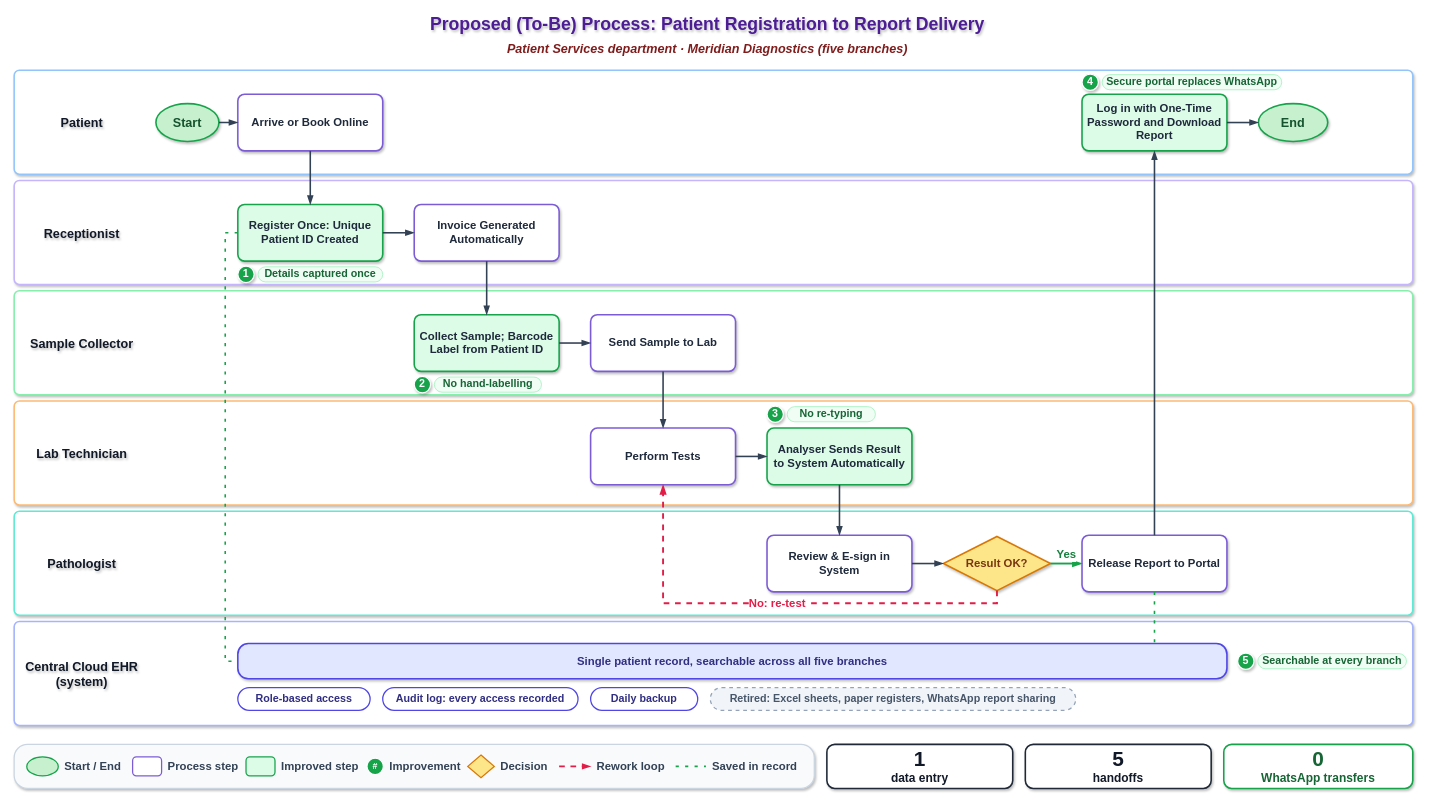
Moparapairayat/Meridian-Diagnostics keeps this draw.io diagram as 2.2 - Process Map/2.4- Proposed (To-Be) swimlane process map.drawio. Above is the earlier version. Source tidied: cells renumbered, new cells numbered last; positions are measured from the earlier drawing's top-left corner, leaving out a move shared by most shapes. Both pictures are drawn from the tidied source at 63%, with x=0, y=0 at pixel (14, 11).
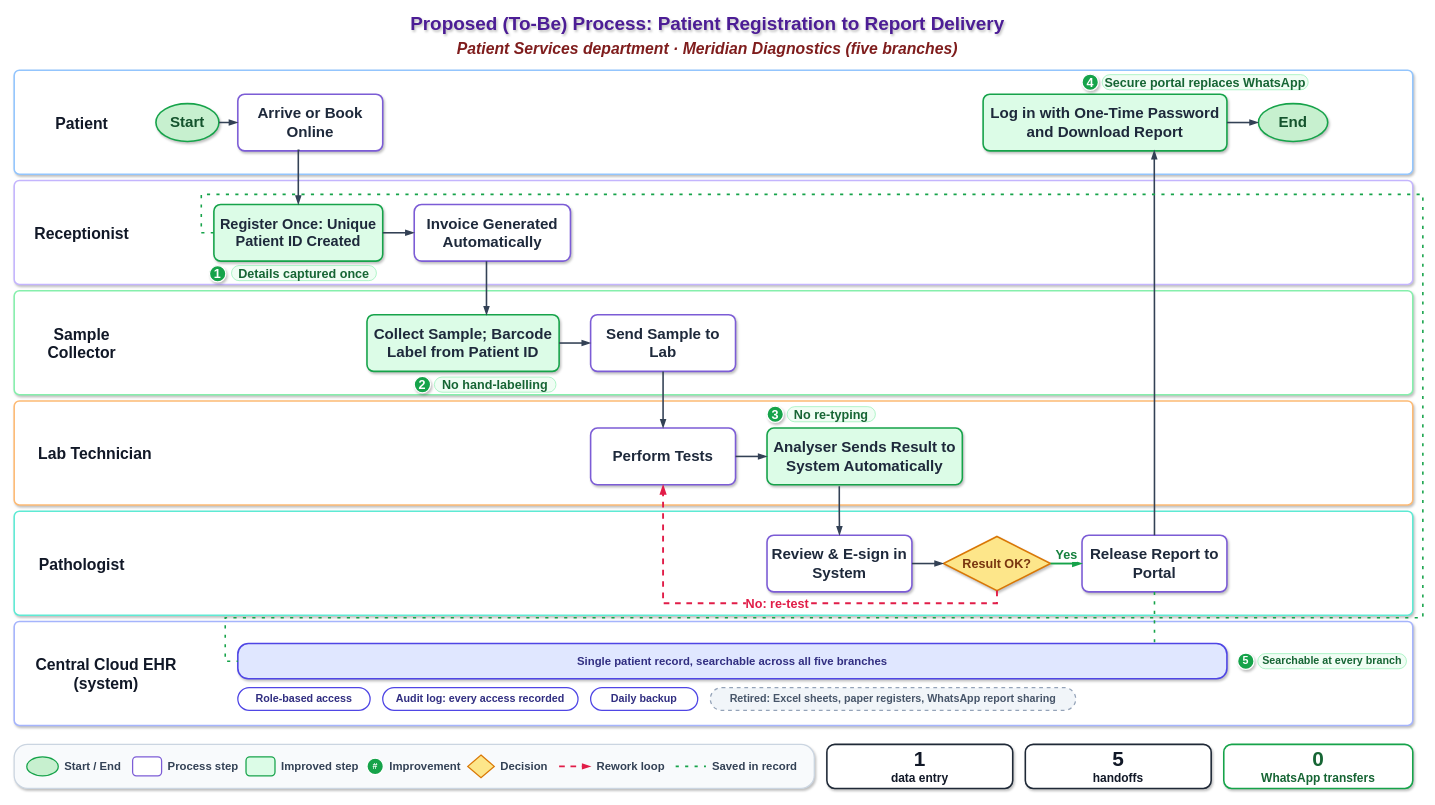
The same diagram, later.

Unchanged cells that the change refers to:
```xml
<mxCell id="29" value="Single patient record, searchable across all five branches" style="rounded=1;arcSize=30;whiteSpace=wrap;html=1;fillColor=#E0E7FF;strokeColor=#4F46E5;strokeWidth=2.5;fontStyle=1;fontSize=18;fontColor=#312E81;shadow=1;" parent="1" vertex="1">
  <mxGeometry x="355" y="1004" width="1570" height="56" as="geometry" />
</mxCell>
```

What changed in the source:
```diff
@@
-    <mxCell id="2" value="Proposed (To-Be) Process: Patient Registration to Report Delivery" style="text;html=1;align=center;verticalAlign=middle;fontSize=28;fontStyle=1;fontColor=#4C1D95;textShadow=1;" parent="1" vertex="1">
+    <mxCell id="2" value="Proposed (To-Be) Process: Patient Registration to Report Delivery" style="text;html=1;align=center;verticalAlign=middle;fontSize=30;fontStyle=1;fontColor=#4C1D95;textShadow=1;" parent="1" vertex="1">
       <mxGeometry x="300" width="1600" height="40" as="geometry" />
     </mxCell>
-    <mxCell id="3" value="Patient Services department  ·  Meridian Diagnostics (five branches)" style="text;html=1;align=center;verticalAlign=middle;fontSize=20;fontStyle=3;fontColor=#7F1D1D;" parent="1" vertex="1">
+    <mxCell id="3" value="Patient Services department  ·  Meridian Diagnostics (five branches)" style="text;html=1;align=center;verticalAlign=middle;fontSize=25;fontStyle=3;fontColor=#7F1D1D;" parent="1" vertex="1">
       <mxGeometry x="300" y="44" width="1600" height="30" as="geometry" />
     </mxCell>
@@
-    <mxCell id="10" value="Patient" style="text;html=1;align=center;verticalAlign=middle;fontSize=20;fontStyle=1;fontColor=#111827;textShadow=1;whiteSpace=wrap;" parent="1" vertex="1">
+    <mxCell id="10" value="Patient" style="text;html=1;align=center;verticalAlign=middle;fontSize=25;fontStyle=1;fontColor=#111827;textShadow=0;whiteSpace=wrap;" parent="1" vertex="1">
       <mxGeometry x="5" y="94" width="205" height="165" as="geometry" />
     </mxCell>
-    <mxCell id="11" value="Receptionist" style="text;html=1;align=center;verticalAlign=middle;fontSize=20;fontStyle=1;fontColor=#111827;textShadow=1;whiteSpace=wrap;" parent="1" vertex="1">
+    <mxCell id="11" value="Receptionist" style="text;html=1;align=center;verticalAlign=middle;fontSize=25;fontStyle=1;fontColor=#111827;textShadow=0;whiteSpace=wrap;" parent="1" vertex="1">
       <mxGeometry x="5" y="269" width="205" height="165" as="geometry" />
     </mxCell>
-    <mxCell id="12" value="Sample Collector" style="text;html=1;align=center;verticalAlign=middle;fontSize=20;fontStyle=1;fontColor=#111827;textShadow=1;whiteSpace=wrap;" parent="1" vertex="1">
+    <mxCell id="12" value="Sample Collector" style="text;html=1;align=center;verticalAlign=middle;fontSize=25;fontStyle=1;fontColor=#111827;textShadow=0;whiteSpace=wrap;" parent="1" vertex="1">
       <mxGeometry x="5" y="444" width="205" height="165" as="geometry" />
     </mxCell>
-    <mxCell id="13" value="Lab Technician" style="text;html=1;align=center;verticalAlign=middle;fontSize=20;fontStyle=1;fontColor=#111827;textShadow=1;whiteSpace=wrap;" parent="1" vertex="1">
-      <mxGeometry x="5" y="619" width="205" height="165" as="geometry" />
+    <mxCell id="13" value="Lab Technician" style="text;html=1;align=center;verticalAlign=middle;fontSize=25;fontStyle=1;fontColor=#111827;textShadow=0;whiteSpace=wrap;" parent="1" vertex="1">
+      <mxGeometry x="25.5" y="619" width="205" height="165" as="geometry" />
     </mxCell>
-    <mxCell id="14" value="Pathologist" style="text;html=1;align=center;verticalAlign=middle;fontSize=20;fontStyle=1;fontColor=#111827;textShadow=1;whiteSpace=wrap;" parent="1" vertex="1">
+    <mxCell id="14" value="Pathologist" style="text;html=1;align=center;verticalAlign=middle;fontSize=25;fontStyle=1;fontColor=#111827;textShadow=0;whiteSpace=wrap;" parent="1" vertex="1">
       <mxGeometry x="5" y="794" width="205" height="165" as="geometry" />
     </mxCell>
-    <mxCell id="15" value="Central Cloud EHR&lt;br&gt;(system)" style="text;html=1;align=center;verticalAlign=middle;fontSize=20;fontStyle=1;fontColor=#111827;textShadow=1;whiteSpace=wrap;" parent="1" vertex="1">
-      <mxGeometry x="5" y="969" width="205" height="165" as="geometry" />
+    <mxCell id="15" value="Central Cloud EHR&lt;br&gt;(system)" style="text;html=1;align=center;verticalAlign=middle;fontSize=25;fontStyle=1;fontColor=#111827;textShadow=0;whiteSpace=wrap;" parent="1" vertex="1">
+      <mxGeometry x="5" y="969" width="282" height="165" as="geometry" />
     </mxCell>
-    <mxCell id="16" value="Start" style="ellipse;whiteSpace=wrap;html=1;fillColor=#C7F0CF;strokeColor=#16A34A;strokeWidth=2.5;fontStyle=1;fontSize=20;fontColor=#14532D;shadow=1;" parent="1" vertex="1">
+    <mxCell id="16" value="Start" style="ellipse;whiteSpace=wrap;html=1;fillColor=#C7F0CF;strokeColor=#16A34A;strokeWidth=2.5;fontStyle=1;fontSize=24;fontColor=#14532D;shadow=1;" parent="1" vertex="1">
       <mxGeometry x="225" y="147" width="100" height="60" as="geometry" />
     </mxCell>
-    <mxCell id="17" value="Arrive or Book Online" style="rounded=1;arcSize=12;whiteSpace=wrap;html=1;fillColor=#FFFFFF;strokeColor=#7C5CD6;strokeWidth=2.5;fontStyle=1;fontSize=18;fontColor=#1E293B;shadow=1;spacing=8;" parent="1" vertex="1">
+    <mxCell id="17" value="Arrive or Book Online" style="rounded=1;arcSize=12;whiteSpace=wrap;html=1;fillColor=#FFFFFF;strokeColor=#7C5CD6;strokeWidth=2.5;fontStyle=1;fontSize=24;fontColor=#1E293B;shadow=1;spacing=8;" parent="1" vertex="1">
       <mxGeometry x="355" y="132" width="230" height="90" as="geometry" />
     </mxCell>
-    <mxCell id="18" value="Log in with One-Time Password and Download Report" style="rounded=1;arcSize=12;whiteSpace=wrap;html=1;fillColor=#DCFCE7;strokeColor=#16A34A;strokeWidth=2.5;fontStyle=1;fontSize=18;fontColor=#1E293B;shadow=1;spacing=8;" parent="1" vertex="1">
-      <mxGeometry x="1695" y="132" width="230" height="90" as="geometry" />
+    <mxCell id="18" value="Log in with One-Time Password and Download Report" style="rounded=1;arcSize=12;whiteSpace=wrap;html=1;fillColor=#DCFCE7;strokeColor=#16A34A;strokeWidth=2.5;fontStyle=1;fontSize=24;fontColor=#1E293B;shadow=1;spacing=8;" parent="1" vertex="1">
+      <mxGeometry x="1538" y="132" width="387" height="90" as="geometry" />
     </mxCell>
-    <mxCell id="19" value="End" style="ellipse;whiteSpace=wrap;html=1;fillColor=#C7F0CF;strokeColor=#16A34A;strokeWidth=2.5;fontStyle=1;fontSize=20;fontColor=#14532D;shadow=1;" parent="1" vertex="1">
+    <mxCell id="19" value="End" style="ellipse;whiteSpace=wrap;html=1;fillColor=#C7F0CF;strokeColor=#16A34A;strokeWidth=2.5;fontStyle=1;fontSize=24;fontColor=#14532D;shadow=1;" parent="1" vertex="1">
       <mxGeometry x="1975" y="147" width="110" height="60" as="geometry" />
     </mxCell>
-    <mxCell id="20" value="Register Once: Unique Patient ID Created" style="rounded=1;arcSize=12;whiteSpace=wrap;html=1;fillColor=#DCFCE7;strokeColor=#16A34A;strokeWidth=2.5;fontStyle=1;fontSize=18;fontColor=#1E293B;shadow=1;spacing=8;" parent="1" vertex="1">
-      <mxGeometry x="355" y="307" width="230" height="90" as="geometry" />
+    <mxCell id="20" value="Register Once: Unique Patient ID Created" style="rounded=1;arcSize=12;whiteSpace=wrap;html=1;fillColor=#DCFCE7;strokeColor=#16A34A;strokeWidth=2.5;fontStyle=1;fontSize=23;fontColor=#1E293B;shadow=1;spacing=8;" parent="1" vertex="1">
+      <mxGeometry x="317" y="307" width="268" height="90" as="geometry" />
     </mxCell>
-    <mxCell id="21" value="Invoice Generated Automatically" style="rounded=1;arcSize=12;whiteSpace=wrap;html=1;fillColor=#FFFFFF;strokeColor=#7C5CD6;strokeWidth=2.5;fontStyle=1;fontSize=18;fontColor=#1E293B;shadow=1;spacing=8;" parent="1" vertex="1">
-      <mxGeometry x="635" y="307" width="230" height="90" as="geometry" />
+    <mxCell id="21" value="Invoice Generated Automatically" style="rounded=1;arcSize=13;whiteSpace=wrap;html=1;fillColor=#FFFFFF;strokeColor=#7C5CD6;strokeWidth=2.5;fontStyle=1;fontSize=24;fontColor=#1E293B;shadow=1;spacing=8;" parent="1" vertex="1">
+      <mxGeometry x="635" y="307" width="248" height="90" as="geometry" />
     </mxCell>
-    <mxCell id="22" value="Collect Sample; Barcode Label from Patient ID" style="rounded=1;arcSize=12;whiteSpace=wrap;html=1;fillColor=#DCFCE7;strokeColor=#16A34A;strokeWidth=2.5;fontStyle=1;fontSize=18;fontColor=#1E293B;shadow=1;spacing=8;" parent="1" vertex="1">
-      <mxGeometry x="635" y="482" width="230" height="90" as="geometry" />
+    <mxCell id="22" value="Collect Sample; Barcode Label from Patient ID" style="rounded=1;arcSize=12;whiteSpace=wrap;html=1;fillColor=#DCFCE7;strokeColor=#16A34A;strokeWidth=2.5;fontStyle=1;fontSize=24;fontColor=#1E293B;shadow=1;spacing=8;" parent="1" vertex="1">
+      <mxGeometry x="560" y="482" width="305" height="90" as="geometry" />
     </mxCell>
-    <mxCell id="23" value="Send Sample to Lab" style="rounded=1;arcSize=12;whiteSpace=wrap;html=1;fillColor=#FFFFFF;strokeColor=#7C5CD6;strokeWidth=2.5;fontStyle=1;fontSize=18;fontColor=#1E293B;shadow=1;spacing=8;" parent="1" vertex="1">
+    <mxCell id="23" value="Send Sample to Lab" style="rounded=1;arcSize=12;whiteSpace=wrap;html=1;fillColor=#FFFFFF;strokeColor=#7C5CD6;strokeWidth=2.5;fontStyle=1;fontSize=24;fontColor=#1E293B;shadow=1;spacing=8;textShadow=0;labelBorderColor=none;" parent="1" vertex="1">
       <mxGeometry x="915" y="482" width="230" height="90" as="geometry" />
     </mxCell>
-    <mxCell id="24" value="Perform Tests" style="rounded=1;arcSize=12;whiteSpace=wrap;html=1;fillColor=#FFFFFF;strokeColor=#7C5CD6;strokeWidth=2.5;fontStyle=1;fontSize=18;fontColor=#1E293B;shadow=1;spacing=8;" parent="1" vertex="1">
+    <mxCell id="24" value="Perform Tests" style="rounded=1;arcSize=12;whiteSpace=wrap;html=1;fillColor=#FFFFFF;strokeColor=#7C5CD6;strokeWidth=2.5;fontStyle=1;fontSize=24;fontColor=#1E293B;shadow=1;spacing=8;" parent="1" vertex="1">
       <mxGeometry x="915" y="662" width="230" height="90" as="geometry" />
     </mxCell>
-    <mxCell id="25" value="Analyser Sends Result to System Automatically" style="rounded=1;arcSize=12;whiteSpace=wrap;html=1;fillColor=#DCFCE7;strokeColor=#16A34A;strokeWidth=2.5;fontStyle=1;fontSize=18;fontColor=#1E293B;shadow=1;spacing=8;" parent="1" vertex="1">
-      <mxGeometry x="1195" y="662" width="230" height="90" as="geometry" />
+    <mxCell id="25" value="Analyser Sends Result to System Automatically" style="rounded=1;arcSize=12;whiteSpace=wrap;html=1;fillColor=#DCFCE7;strokeColor=#16A34A;strokeWidth=2.5;fontStyle=1;fontSize=24;fontColor=#1E293B;shadow=1;spacing=8;" parent="1" vertex="1">
+      <mxGeometry x="1195" y="662" width="310" height="90" as="geometry" />
     </mxCell>
-    <mxCell id="26" value="Review &amp; E-sign in System" style="rounded=1;arcSize=12;whiteSpace=wrap;html=1;fillColor=#FFFFFF;strokeColor=#7C5CD6;strokeWidth=2.5;fontStyle=1;fontSize=18;fontColor=#1E293B;shadow=1;spacing=8;" parent="1" vertex="1">
+    <mxCell id="26" value="Review &amp;amp; E-sign in System" style="rounded=1;arcSize=12;whiteSpace=wrap;html=1;fillColor=#FFFFFF;strokeColor=#7C5CD6;strokeWidth=2.5;fontStyle=1;fontSize=24;fontColor=#1E293B;shadow=1;spacing=8;" parent="1" vertex="1">
       <mxGeometry x="1195" y="832" width="230" height="90" as="geometry" />
     </mxCell>
-    <mxCell id="27" value="Result OK?" style="rhombus;whiteSpace=wrap;html=1;fillColor=#FDE68A;strokeColor=#D97706;strokeWidth=2.5;fontStyle=1;fontSize=18;fontColor=#78350F;shadow=1;" parent="1" vertex="1">
+    <mxCell id="27" value="Result OK?" style="rhombus;whiteSpace=wrap;html=1;fillColor=#FDE68A;strokeColor=#D97706;strokeWidth=2.5;fontStyle=1;fontSize=20;fontColor=#78350F;shadow=1;" parent="1" vertex="1">
       <mxGeometry x="1475" y="834" width="170" height="86" as="geometry" />
     </mxCell>
-    <mxCell id="28" value="Release Report to Portal" style="rounded=1;arcSize=12;whiteSpace=wrap;html=1;fillColor=#FFFFFF;strokeColor=#7C5CD6;strokeWidth=2.5;fontStyle=1;fontSize=18;fontColor=#1E293B;shadow=1;spacing=8;" parent="1" vertex="1">
+    <mxCell id="28" value="Release Report to Portal" style="rounded=1;arcSize=12;whiteSpace=wrap;html=1;fillColor=#FFFFFF;strokeColor=#7C5CD6;strokeWidth=2.5;fontStyle=1;fontSize=24;fontColor=#1E293B;shadow=1;spacing=8;" parent="1" vertex="1">
       <mxGeometry x="1695" y="832" width="230" height="90" as="geometry" />
     </mxCell>
@@
-    <mxCell id="34" value="1" style="ellipse;whiteSpace=wrap;html=1;fillColor=#16A34A;strokeColor=#FFFFFF;strokeWidth=2;fontColor=#FFFFFF;fontStyle=1;fontSize=17;shadow=1;" parent="1" vertex="1">
-      <mxGeometry x="355" y="405" width="26" height="26" as="geometry" />
+    <mxCell id="34" value="1" style="ellipse;whiteSpace=wrap;html=1;fillColor=#16A34A;strokeColor=#FFFFFF;strokeWidth=2;fontColor=#FFFFFF;fontStyle=1;fontSize=20;shadow=1;" parent="1" vertex="1">
+      <mxGeometry x="310" y="404" width="26" height="26" as="geometry" />
     </mxCell>
-    <mxCell id="35" value="Details captured once" style="rounded=1;arcSize=50;whiteSpace=wrap;html=1;fillColor=#F0FDF4;strokeColor=#86EFAC;fontColor=#166534;fontStyle=1;fontSize=17;" parent="1" vertex="1">
-      <mxGeometry x="387" y="406" width="198" height="24" as="geometry" />
+    <mxCell id="35" value="Details captured once" style="rounded=1;arcSize=50;whiteSpace=wrap;html=1;fillColor=#F0FDF4;strokeColor=#86EFAC;fontColor=#166534;fontStyle=1;fontSize=20;" parent="1" vertex="1">
+      <mxGeometry x="345" y="404" width="230" height="24" as="geometry" />
     </mxCell>
-    <mxCell id="36" value="2" style="ellipse;whiteSpace=wrap;html=1;fillColor=#16A34A;strokeColor=#FFFFFF;strokeWidth=2;fontColor=#FFFFFF;fontStyle=1;fontSize=17;shadow=1;" parent="1" vertex="1">
+    <mxCell id="36" value="2" style="ellipse;whiteSpace=wrap;html=1;fillColor=#16A34A;strokeColor=#FFFFFF;strokeWidth=2;fontColor=#FFFFFF;fontStyle=1;fontSize=20;shadow=1;" parent="1" vertex="1">
       <mxGeometry x="635" y="580" width="26" height="26" as="geometry" />
     </mxCell>
-    <mxCell id="37" value="No hand-labelling" style="rounded=1;arcSize=50;whiteSpace=wrap;html=1;fillColor=#F0FDF4;strokeColor=#86EFAC;fontColor=#166534;fontStyle=1;fontSize=17;" parent="1" vertex="1">
-      <mxGeometry x="667" y="581" width="170" height="24" as="geometry" />
+    <mxCell id="37" value="No hand-labelling" style="rounded=1;arcSize=50;whiteSpace=wrap;html=1;fillColor=#F0FDF4;strokeColor=#86EFAC;fontColor=#166534;fontStyle=1;fontSize=20;" parent="1" vertex="1">
+      <mxGeometry x="667" y="581" width="193" height="24" as="geometry" />
     </mxCell>
-    <mxCell id="38" value="3" style="ellipse;whiteSpace=wrap;html=1;fillColor=#16A34A;strokeColor=#FFFFFF;strokeWidth=2;fontColor=#FFFFFF;fontStyle=1;fontSize=17;shadow=1;" parent="1" vertex="1">
+    <mxCell id="38" value="3" style="ellipse;whiteSpace=wrap;html=1;fillColor=#16A34A;strokeColor=#FFFFFF;strokeWidth=2;fontColor=#FFFFFF;fontStyle=1;fontSize=20;shadow=1;" parent="1" vertex="1">
       <mxGeometry x="1195" y="627" width="26" height="26" as="geometry" />
     </mxCell>
-    <mxCell id="39" value="No re-typing" style="rounded=1;arcSize=50;whiteSpace=wrap;html=1;fillColor=#F0FDF4;strokeColor=#86EFAC;fontColor=#166534;fontStyle=1;fontSize=17;" parent="1" vertex="1">
+    <mxCell id="39" value="No re-typing" style="rounded=1;arcSize=50;whiteSpace=wrap;html=1;fillColor=#F0FDF4;strokeColor=#86EFAC;fontColor=#166534;fontStyle=1;fontSize=20;" parent="1" vertex="1">
       <mxGeometry x="1227" y="628" width="140" height="24" as="geometry" />
     </mxCell>
-    <mxCell id="40" value="4" style="ellipse;whiteSpace=wrap;html=1;fillColor=#16A34A;strokeColor=#FFFFFF;strokeWidth=2;fontColor=#FFFFFF;fontStyle=1;fontSize=17;shadow=1;" parent="1" vertex="1">
+    <mxCell id="40" value="4" style="ellipse;whiteSpace=wrap;html=1;fillColor=#16A34A;strokeColor=#FFFFFF;strokeWidth=2;fontColor=#FFFFFF;fontStyle=1;fontSize=20;shadow=1;" parent="1" vertex="1">
       <mxGeometry x="1695" y="100" width="26" height="26" as="geometry" />
     </mxCell>
-    <mxCell id="41" value="Secure portal replaces WhatsApp" style="rounded=1;arcSize=50;whiteSpace=wrap;html=1;fillColor=#F0FDF4;strokeColor=#86EFAC;fontColor=#166534;fontStyle=1;fontSize=17;" parent="1" vertex="1">
-      <mxGeometry x="1727" y="101" width="285" height="24" as="geometry" />
+    <mxCell id="41" value="Secure portal replaces WhatsApp" style="rounded=1;arcSize=50;whiteSpace=wrap;html=1;fillColor=#F0FDF4;strokeColor=#86EFAC;fontColor=#166534;fontStyle=1;fontSize=20;" parent="1" vertex="1">
+      <mxGeometry x="1727" y="101" width="327" height="24" as="geometry" />
     </mxCell>
@@
-    <mxCell id="45" style="edgeStyle=orthogonalEdgeStyle;rounded=0;html=1;strokeWidth=2.5;strokeColor=#334155;endArrow=blockThin;endFill=1;endSize=8;exitX=0.5;exitY=1;entryX=0.5;entryY=0;labelBackgroundColor=default;defaultLabelBackgroundColor=page;libavoidRouting=1;jettySize=auto;" parent="1" edge="1" source="17" target="20">
-      <mxGeometry relative="1" as="geometry" />
+    <mxCell id="45" style="edgeStyle=orthogonalEdgeStyle;rounded=0;html=1;strokeWidth=2.5;strokeColor=#334155;endArrow=blockThin;endFill=1;endSize=8;exitX=0.426;exitY=0.989;entryX=0.5;entryY=0;labelBackgroundColor=default;defaultLabelBackgroundColor=page;jettySize=auto;exitDx=0;exitDy=0;exitPerimeter=0;textShadow=1;" parent="1" edge="1" source="17" target="20">
+      <mxGeometry x="-0.04" relative="1" as="geometry">
+        <Array as="points">
+          <mxPoint x="451" y="221" />
+        </Array>
+      </mxGeometry>
     </mxCell>
@@
-    <mxCell id="47" style="edgeStyle=orthogonalEdgeStyle;rounded=0;html=1;strokeWidth=2.5;strokeColor=#334155;endArrow=blockThin;endFill=1;endSize=8;exitX=0.5;exitY=1;entryX=0.5;entryY=0;labelBackgroundColor=default;defaultLabelBackgroundColor=page;libavoidRouting=1;jettySize=auto;" parent="1" edge="1" source="21" target="22">
-      <mxGeometry relative="1" as="geometry" />
-    </mxCell>
@@
-    <mxCell id="51" style="edgeStyle=orthogonalEdgeStyle;rounded=0;html=1;strokeWidth=2.5;strokeColor=#334155;endArrow=blockThin;endFill=1;endSize=8;exitX=0.5;exitY=1;entryX=0.5;entryY=0;labelBackgroundColor=default;defaultLabelBackgroundColor=page;libavoidRouting=1;jettySize=auto;" parent="1" edge="1" source="25" target="26">
+    <mxCell id="51" style="edgeStyle=orthogonalEdgeStyle;rounded=0;html=1;strokeWidth=2.5;strokeColor=#334155;endArrow=blockThin;endFill=1;endSize=8;entryX=0.5;entryY=0;labelBackgroundColor=default;defaultLabelBackgroundColor=page;jettySize=auto;exitX=0.37;exitY=1.026;exitDx=0;exitDy=0;exitPerimeter=0;" parent="1" edge="1" source="25" target="26">
       <mxGeometry relative="1" as="geometry" />
     </mxCell>
@@
-    <mxCell id="53" value="Yes" style="edgeStyle=orthogonalEdgeStyle;rounded=0;html=1;strokeWidth=3;strokeColor=#16A34A;endArrow=blockThin;endFill=1;endSize=8;fontColor=#15803D;fontStyle=1;fontSize=18;labelBackgroundColor=#FFFFFF;exitX=1;exitY=0.5;entryX=0;entryY=0.5;verticalAlign=bottom;libavoidRouting=1;jettySize=auto;" parent="1" edge="1" source="27" target="28">
+    <mxCell id="53" value="Yes" style="edgeStyle=orthogonalEdgeStyle;rounded=0;html=1;strokeWidth=3;strokeColor=#16A34A;endArrow=blockThin;endFill=1;endSize=8;fontColor=#15803D;fontStyle=1;fontSize=20;labelBackgroundColor=#FFFFFF;exitX=1;exitY=0.5;entryX=0;entryY=0.5;verticalAlign=bottom;libavoidRouting=1;jettySize=auto;" parent="1" edge="1" source="27" target="28">
       <mxGeometry relative="1" as="geometry" />
     </mxCell>
-    <mxCell id="54" style="edgeStyle=orthogonalEdgeStyle;rounded=0;html=1;strokeWidth=2.5;strokeColor=#334155;endArrow=blockThin;endFill=1;endSize=8;exitX=0.5;exitY=0;entryX=0.5;entryY=1;labelBackgroundColor=default;defaultLabelBackgroundColor=page;libavoidRouting=1;jettySize=auto;" parent="1" edge="1" source="28" target="18">
-      <mxGeometry relative="1" as="geometry" />
+    <mxCell id="54" style="edgeStyle=orthogonalEdgeStyle;rounded=0;html=1;strokeWidth=2.5;strokeColor=#334155;endArrow=blockThin;endFill=1;endSize=8;exitX=0.5;exitY=0;entryX=0.702;entryY=0.989;labelBackgroundColor=default;defaultLabelBackgroundColor=page;jettySize=auto;entryDx=0;entryDy=0;entryPerimeter=0;" parent="1" edge="1" source="28" target="18">
+      <mxGeometry x="0.15" relative="1" as="geometry" />
     </mxCell>
@@
-    <mxCell id="56" value="No: re-test" style="edgeStyle=orthogonalEdgeStyle;rounded=0;html=1;strokeWidth=3;strokeColor=#E11D48;dashed=1;endArrow=blockThin;endFill=1;endSize=8;fontColor=#E11D48;fontStyle=1;fontSize=18;labelBackgroundColor=#FFFFFF;exitX=0.5;exitY=1;entryX=0.5;entryY=1;labelPlacement=auto;libavoidRouting=1;jettySize=auto;" parent="1" edge="1" source="27" target="24">
+    <mxCell id="56" value="No: re-test" style="edgeStyle=orthogonalEdgeStyle;rounded=0;html=1;strokeWidth=3;strokeColor=#E11D48;dashed=1;endArrow=blockThin;endFill=1;endSize=8;fontColor=#E11D48;fontStyle=1;fontSize=20;labelBackgroundColor=#FFFFFF;exitX=0.5;exitY=1;entryX=0.5;entryY=1;labelPlacement=auto;libavoidRouting=1;jettySize=auto;" parent="1" edge="1" source="27" target="24">
       <mxGeometry relative="1" as="geometry">
         <Array as="points">
           <mxPoint x="1560" y="940" />
           <mxPoint x="1030" y="940" />
         </Array>
       </mxGeometry>
     </mxCell>
     <mxCell id="57" style="edgeStyle=orthogonalEdgeStyle;rounded=0;html=1;strokeWidth=2.5;strokeColor=#16A34A;dashed=1;dashPattern=2 4;endArrow=none;exitX=0;exitY=0.5;entryX=0;entryY=0.5;labelBackgroundColor=default;defaultLabelBackgroundColor=page;libavoidRouting=1;jettySize=auto;" parent="1" edge="1" source="20" target="29">
       <mxGeometry relative="1" as="geometry">
         <Array as="points">
-          <mxPoint x="335" y="352" />
+          <mxPoint x="297" y="352" />
+          <mxPoint x="297" y="291" />
+          <mxPoint x="2236" y="291" />
+          <mxPoint x="2236" y="963" />
+          <mxPoint x="335" y="963" />
           <mxPoint x="335" y="1032" />
         </Array>
       </mxGeometry>
     </mxCell>
@@
+    <mxCell id="47" style="edgeStyle=orthogonalEdgeStyle;rounded=0;html=1;strokeWidth=2.5;strokeColor=#334155;endArrow=blockThin;endFill=1;endSize=8;labelBackgroundColor=default;defaultLabelBackgroundColor=page;jettySize=auto;entryX=0.622;entryY=0.007;entryDx=0;entryDy=0;fontSize=12;textShadow=1;fontStyle=1;entryPerimeter=0;" parent="1" edge="1" source="21" target="22">
+      <mxGeometry x="0.39" relative="1" as="geometry">
+        <Array as="points">
+          <mxPoint x="749.7" y="417.7" />
+          <mxPoint x="749.7" y="417.7" />
+        </Array>
+      </mxGeometry>
+    </mxCell>
```
